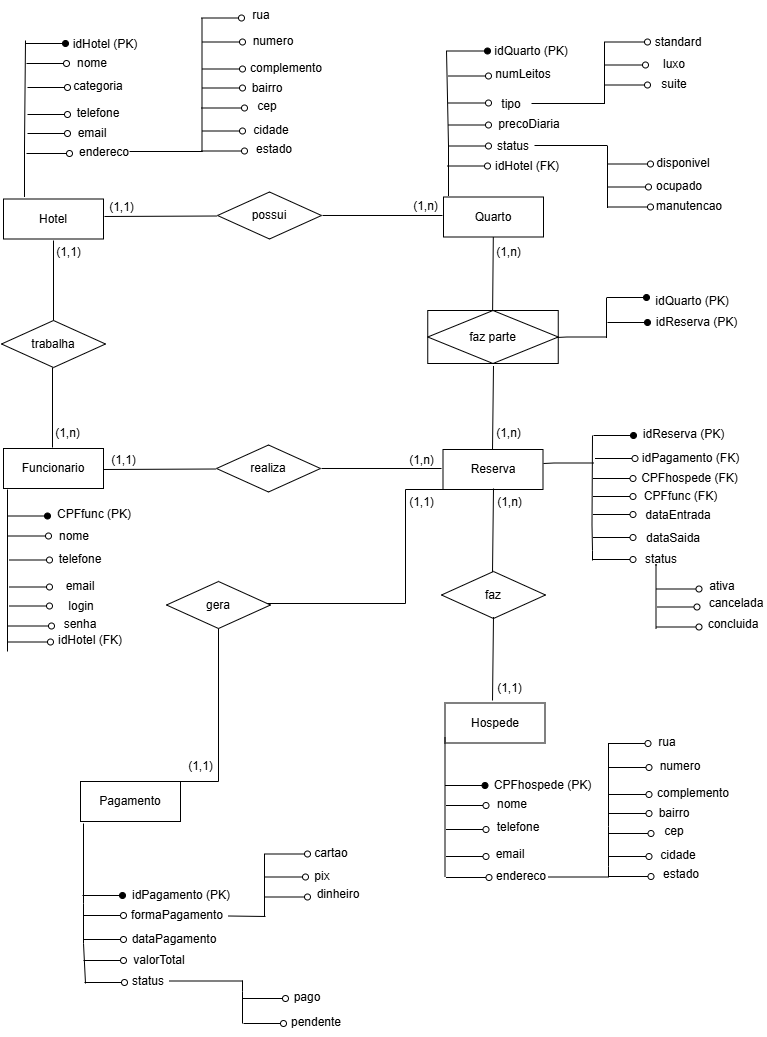
This is rede_de_hoteis.drawio.png from brunoadsdados/trabalho_banco_de_dados, a draw.io export, as it was before one commit. Source tidied: cells renumbered, new cells last; positions are measured from the earlier drawing's top-left corner, leaving out a move shared by most shapes.
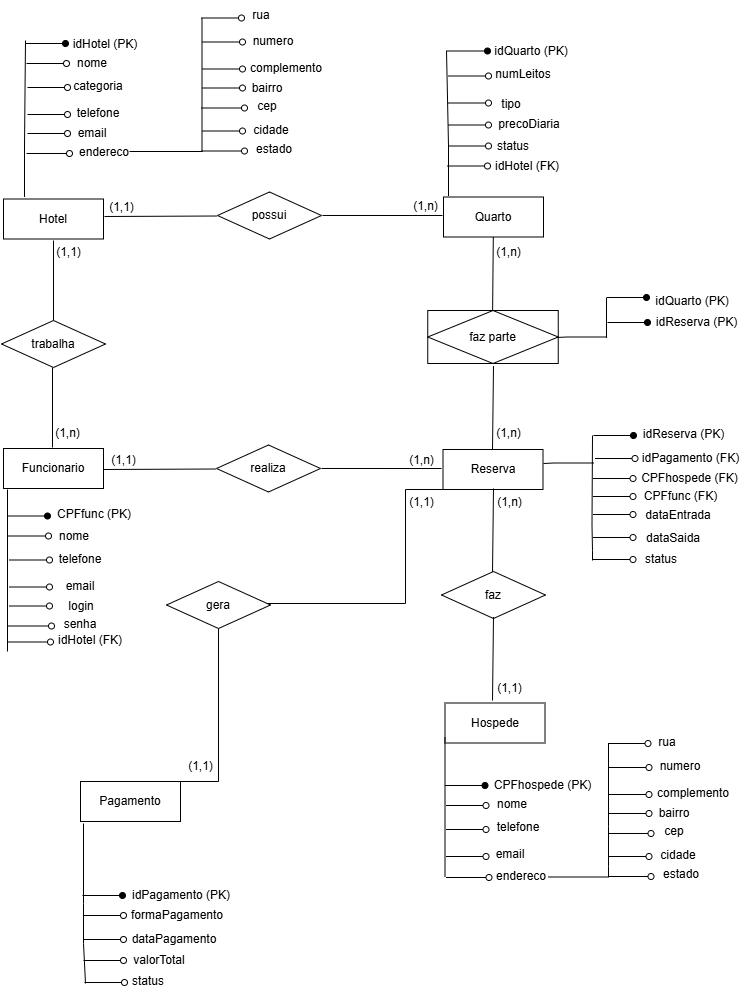
Above is the later version.

The edit, as a diff of the source:
```diff
@@ -281,92 +281,6 @@
         </Array>
       </mxGeometry>
     </mxCell>
-    <mxCell id="61" style="endArrow=none;html=1;rounded=0;" parent="1" edge="1">
-      <mxGeometry relative="1" as="geometry">
-        <mxPoint x="530" y="103" as="sourcePoint" />
-        <mxPoint x="603" y="103" as="targetPoint" />
-      </mxGeometry>
-    </mxCell>
-    <mxCell id="62" style="endArrow=oval;html=1;rounded=1;curved=0;endFill=0;" parent="1" edge="1">
-      <mxGeometry relative="1" as="geometry">
-        <mxPoint x="603" y="41.5" as="sourcePoint" />
-        <mxPoint x="646" y="41.5" as="targetPoint" />
-      </mxGeometry>
-    </mxCell>
-    <mxCell id="63" style="endArrow=oval;html=1;rounded=1;curved=0;endFill=0;" parent="1" edge="1">
-      <mxGeometry relative="1" as="geometry">
-        <mxPoint x="604" y="64.5" as="sourcePoint" />
-        <mxPoint x="644" y="64.5" as="targetPoint" />
-      </mxGeometry>
-    </mxCell>
-    <mxCell id="64" style="endArrow=oval;html=1;rounded=1;curved=0;endFill=0;" parent="1" edge="1">
-      <mxGeometry relative="1" as="geometry">
-        <mxPoint x="603" y="84.5" as="sourcePoint" />
-        <mxPoint x="646" y="84.5" as="targetPoint" />
-      </mxGeometry>
-    </mxCell>
-    <mxCell id="65" value="luxo" style="text;html=1;align=center;verticalAlign=middle;whiteSpace=wrap;rounded=0;" parent="1" vertex="1">
-      <mxGeometry x="643" y="48.5" width="60" height="30" as="geometry" />
-    </mxCell>
-    <mxCell id="66" value="suite" style="text;html=1;align=center;verticalAlign=middle;whiteSpace=wrap;rounded=0;" parent="1" vertex="1">
-      <mxGeometry x="643" y="68.5" width="60" height="30" as="geometry" />
-    </mxCell>
-    <mxCell id="67" value="standard" style="text;html=1;align=center;verticalAlign=middle;whiteSpace=wrap;rounded=0;" parent="1" vertex="1">
-      <mxGeometry x="647" y="26.5" width="60" height="30" as="geometry" />
-    </mxCell>
-    <mxCell id="68" style="endArrow=none;html=1;rounded=0;" parent="1" edge="1">
-      <mxGeometry relative="1" as="geometry">
-        <mxPoint x="603" y="103.5" as="sourcePoint" />
-        <mxPoint x="603" y="41.5" as="targetPoint" />
-        <Array as="points">
-          <mxPoint x="603" y="92.5" />
-          <mxPoint x="603" y="52.5" />
-        </Array>
-      </mxGeometry>
-    </mxCell>
-    <mxCell id="69" style="endArrow=oval;html=1;rounded=1;curved=0;endFill=0;" parent="1" edge="1">
-      <mxGeometry relative="1" as="geometry">
-        <mxPoint x="606" y="163.5" as="sourcePoint" />
-        <mxPoint x="649" y="163.5" as="targetPoint" />
-      </mxGeometry>
-    </mxCell>
-    <mxCell id="70" style="endArrow=oval;html=1;rounded=1;curved=0;endFill=0;" parent="1" edge="1">
-      <mxGeometry relative="1" as="geometry">
-        <mxPoint x="607" y="186.5" as="sourcePoint" />
-        <mxPoint x="647" y="186.5" as="targetPoint" />
-      </mxGeometry>
-    </mxCell>
-    <mxCell id="71" style="endArrow=oval;html=1;rounded=1;curved=0;endFill=0;" parent="1" edge="1">
-      <mxGeometry relative="1" as="geometry">
-        <mxPoint x="606" y="206.5" as="sourcePoint" />
-        <mxPoint x="649" y="206.5" as="targetPoint" />
-      </mxGeometry>
-    </mxCell>
-    <mxCell id="72" value="ocupado" style="text;html=1;align=center;verticalAlign=middle;whiteSpace=wrap;rounded=0;" parent="1" vertex="1">
-      <mxGeometry x="648" y="170.5" width="60" height="30" as="geometry" />
-    </mxCell>
-    <mxCell id="73" value="manutencao" style="text;html=1;align=center;verticalAlign=middle;whiteSpace=wrap;rounded=0;" parent="1" vertex="1">
-      <mxGeometry x="658" y="190.5" width="60" height="30" as="geometry" />
-    </mxCell>
-    <mxCell id="74" value="disponivel" style="text;html=1;align=center;verticalAlign=middle;whiteSpace=wrap;rounded=0;" parent="1" vertex="1">
-      <mxGeometry x="652" y="147.5" width="60" height="30" as="geometry" />
-    </mxCell>
-    <mxCell id="75" style="endArrow=none;html=1;rounded=0;" parent="1" edge="1">
-      <mxGeometry relative="1" as="geometry">
-        <mxPoint x="606" y="207.5" as="sourcePoint" />
-        <mxPoint x="606" y="145.5" as="targetPoint" />
-        <Array as="points">
-          <mxPoint x="606" y="196.5" />
-          <mxPoint x="606" y="156.5" />
-        </Array>
-      </mxGeometry>
-    </mxCell>
-    <mxCell id="76" style="endArrow=none;html=1;rounded=0;" parent="1" edge="1">
-      <mxGeometry relative="1" as="geometry">
-        <mxPoint x="533" y="145" as="sourcePoint" />
-        <mxPoint x="606" y="145" as="targetPoint" />
-      </mxGeometry>
-    </mxCell>
     <mxCell id="77" style="endArrow=oval;html=1;rounded=1;curved=0;endFill=1;" parent="1" edge="1">
       <mxGeometry relative="1" as="geometry">
         <mxPoint x="443.5" y="785" as="sourcePoint" />
@@ -531,43 +445,6 @@
     <mxCell id="110" value="status" style="text;html=1;align=center;verticalAlign=middle;whiteSpace=wrap;rounded=0;" parent="1" vertex="1">
       <mxGeometry x="629.5" y="544" width="60" height="30" as="geometry" />
     </mxCell>
-    <mxCell id="111" style="endArrow=oval;html=1;rounded=1;curved=0;endFill=0;" parent="1" edge="1">
-      <mxGeometry relative="1" as="geometry">
-        <mxPoint x="654.5" y="588.5" as="sourcePoint" />
-        <mxPoint x="697.5" y="588.5" as="targetPoint" />
-      </mxGeometry>
-    </mxCell>
-    <mxCell id="112" style="endArrow=oval;html=1;rounded=1;curved=0;endFill=0;" parent="1" edge="1">
-      <mxGeometry relative="1" as="geometry">
-        <mxPoint x="655.5" y="606.5" as="sourcePoint" />
-        <mxPoint x="695.5" y="606.5" as="targetPoint" />
-      </mxGeometry>
-    </mxCell>
-    <mxCell id="113" style="endArrow=oval;html=1;rounded=1;curved=0;endFill=0;" parent="1" edge="1">
-      <mxGeometry relative="1" as="geometry">
-        <mxPoint x="654.5" y="626.5" as="sourcePoint" />
-        <mxPoint x="697.5" y="626.5" as="targetPoint" />
-      </mxGeometry>
-    </mxCell>
-    <mxCell id="114" value="cancelada" style="text;html=1;align=center;verticalAlign=middle;whiteSpace=wrap;rounded=0;" parent="1" vertex="1">
-      <mxGeometry x="705" y="588" width="60" height="30" as="geometry" />
-    </mxCell>
-    <mxCell id="115" value="concluida" style="text;html=1;align=center;verticalAlign=middle;whiteSpace=wrap;rounded=0;" parent="1" vertex="1">
-      <mxGeometry x="702" y="608.5" width="60" height="30" as="geometry" />
-    </mxCell>
-    <mxCell id="116" value="ativa" style="text;html=1;align=center;verticalAlign=middle;whiteSpace=wrap;rounded=0;" parent="1" vertex="1">
-      <mxGeometry x="691" y="571" width="60" height="30" as="geometry" />
-    </mxCell>
-    <mxCell id="117" style="endArrow=none;html=1;rounded=0;" parent="1" edge="1">
-      <mxGeometry relative="1" as="geometry">
-        <mxPoint x="654.5" y="628.5" as="sourcePoint" />
-        <mxPoint x="654.5" y="565" as="targetPoint" />
-        <Array as="points">
-          <mxPoint x="654.5" y="603.5" />
-          <mxPoint x="654.5" y="563.5" />
-        </Array>
-      </mxGeometry>
-    </mxCell>
     <mxCell id="118" style="endArrow=none;html=1;rounded=0;" parent="1" edge="1">
       <mxGeometry relative="1" as="geometry">
         <mxPoint x="591" y="560" as="sourcePoint" />
@@ -623,82 +500,6 @@
     <mxCell id="128" value="status" style="text;html=1;align=center;verticalAlign=middle;whiteSpace=wrap;rounded=0;" parent="1" vertex="1">
       <mxGeometry x="117" y="966" width="60" height="30" as="geometry" />
     </mxCell>
-    <mxCell id="129" style="endArrow=none;html=1;rounded=0;" parent="1" edge="1">
-      <mxGeometry relative="1" as="geometry">
-        <mxPoint x="227" y="915.5" as="sourcePoint" />
-        <mxPoint x="264" y="916" as="targetPoint" />
-      </mxGeometry>
-    </mxCell>
-    <mxCell id="130" style="endArrow=oval;html=1;rounded=1;curved=0;endFill=0;" parent="1" edge="1">
-      <mxGeometry relative="1" as="geometry">
-        <mxPoint x="263" y="853.5" as="sourcePoint" />
-        <mxPoint x="306" y="853.5" as="targetPoint" />
-      </mxGeometry>
-    </mxCell>
-    <mxCell id="131" style="endArrow=oval;html=1;rounded=1;curved=0;endFill=0;" parent="1" edge="1">
-      <mxGeometry relative="1" as="geometry">
-        <mxPoint x="264" y="876.5" as="sourcePoint" />
-        <mxPoint x="304" y="876.5" as="targetPoint" />
-      </mxGeometry>
-    </mxCell>
-    <mxCell id="132" style="endArrow=oval;html=1;rounded=1;curved=0;endFill=0;" parent="1" edge="1">
-      <mxGeometry relative="1" as="geometry">
-        <mxPoint x="263" y="896.5" as="sourcePoint" />
-        <mxPoint x="306" y="896.5" as="targetPoint" />
-      </mxGeometry>
-    </mxCell>
-    <mxCell id="133" value="pix" style="text;html=1;align=center;verticalAlign=middle;whiteSpace=wrap;rounded=0;" parent="1" vertex="1">
-      <mxGeometry x="291" y="860.5" width="60" height="30" as="geometry" />
-    </mxCell>
-    <mxCell id="134" value="dinheiro" style="text;html=1;align=center;verticalAlign=middle;whiteSpace=wrap;rounded=0;" parent="1" vertex="1">
-      <mxGeometry x="307" y="879" width="60" height="30" as="geometry" />
-    </mxCell>
-    <mxCell id="135" style="endArrow=none;html=1;rounded=0;" parent="1" edge="1">
-      <mxGeometry relative="1" as="geometry">
-        <mxPoint x="263" y="915.5" as="sourcePoint" />
-        <mxPoint x="263" y="853.5" as="targetPoint" />
-        <Array as="points">
-          <mxPoint x="263" y="904.5" />
-          <mxPoint x="263" y="864.5" />
-        </Array>
-      </mxGeometry>
-    </mxCell>
-    <mxCell id="136" style="endArrow=oval;html=1;rounded=1;curved=0;endFill=0;" parent="1" edge="1">
-      <mxGeometry relative="1" as="geometry">
-        <mxPoint x="241" y="998" as="sourcePoint" />
-        <mxPoint x="284" y="998" as="targetPoint" />
-      </mxGeometry>
-    </mxCell>
-    <mxCell id="137" style="endArrow=oval;html=1;rounded=1;curved=0;endFill=0;" parent="1" edge="1">
-      <mxGeometry relative="1" as="geometry">
-        <mxPoint x="242" y="1023" as="sourcePoint" />
-        <mxPoint x="282" y="1023" as="targetPoint" />
-      </mxGeometry>
-    </mxCell>
-    <mxCell id="138" value="pendente" style="text;html=1;align=center;verticalAlign=middle;whiteSpace=wrap;rounded=0;" parent="1" vertex="1">
-      <mxGeometry x="285" y="1007" width="60" height="30" as="geometry" />
-    </mxCell>
-    <mxCell id="139" value="pago" style="text;html=1;align=center;verticalAlign=middle;whiteSpace=wrap;rounded=0;" parent="1" vertex="1">
-      <mxGeometry x="276" y="982" width="60" height="30" as="geometry" />
-    </mxCell>
-    <mxCell id="140" style="endArrow=none;html=1;rounded=0;" parent="1" edge="1">
-      <mxGeometry relative="1" as="geometry">
-        <mxPoint x="241" y="1023" as="sourcePoint" />
-        <mxPoint x="241" y="980" as="targetPoint" />
-        <Array as="points">
-          <mxPoint x="241" y="991" />
-        </Array>
-      </mxGeometry>
-    </mxCell>
-    <mxCell id="141" style="endArrow=none;html=1;rounded=0;" parent="1" edge="1">
-      <mxGeometry relative="1" as="geometry">
-        <mxPoint x="168" y="980.5" as="sourcePoint" />
-        <mxPoint x="241" y="980.5" as="targetPoint" />
-      </mxGeometry>
-    </mxCell>
-    <mxCell id="142" value="cartao" style="text;html=1;align=center;verticalAlign=middle;whiteSpace=wrap;rounded=0;" parent="1" vertex="1">
-      <mxGeometry x="300" y="838" width="60" height="30" as="geometry" />
-    </mxCell>
     <mxCell id="143" style="endArrow=none;html=1;rounded=0;" parent="1" edge="1">
       <mxGeometry relative="1" as="geometry">
         <mxPoint x="84" y="983" as="sourcePoint" />
```
